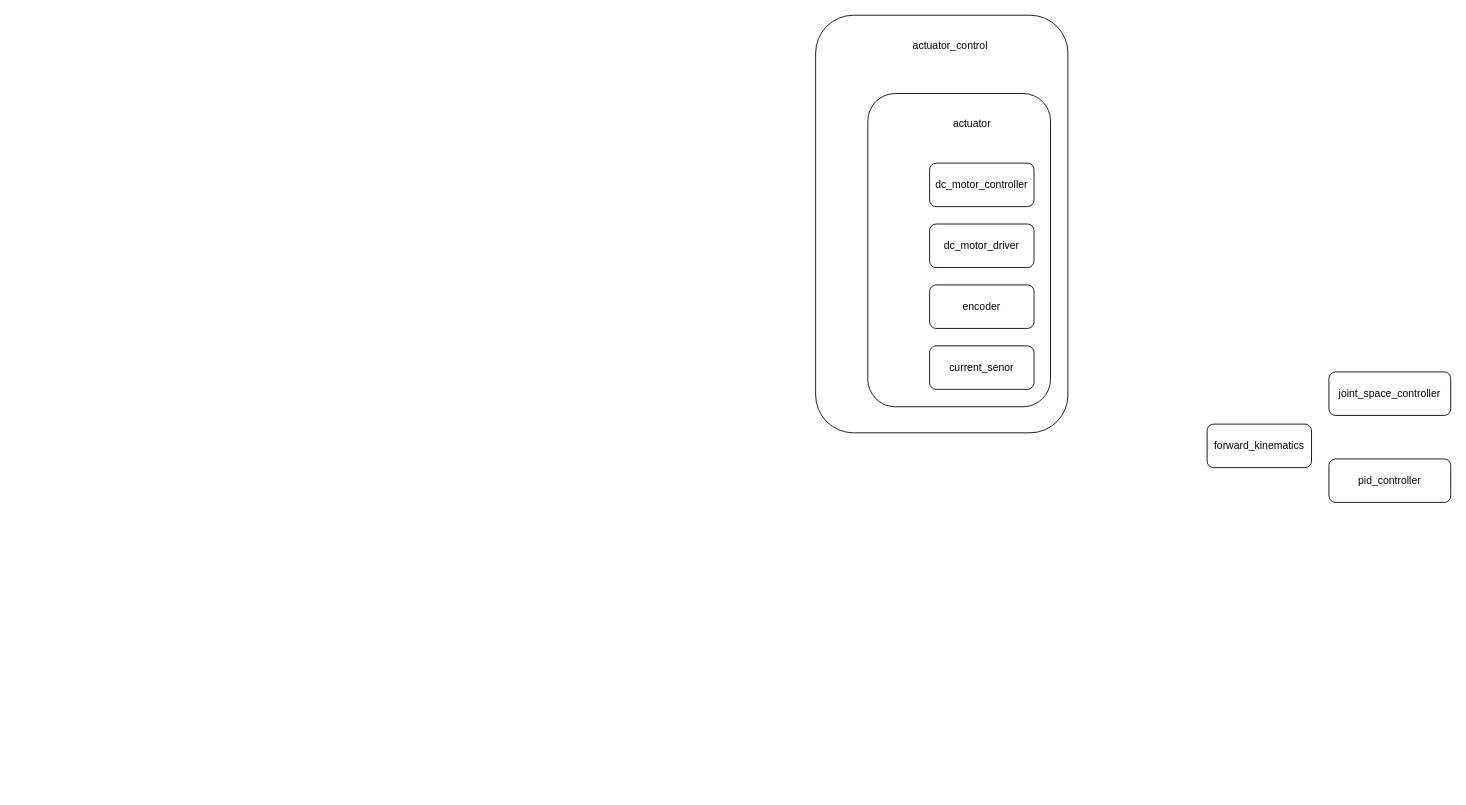
Earlier version of the draw.io diagram Untitled Diagram.drawio (amiremolaei/classification-pipeline). Source tidied: cells renumbered, new cells numbered last; positions are measured from the earlier drawing's top-left corner, leaving out a move shared by most shapes. Both pictures are drawn from the tidied source at 87%, with x=0, y=0 at pixel (815, 15).
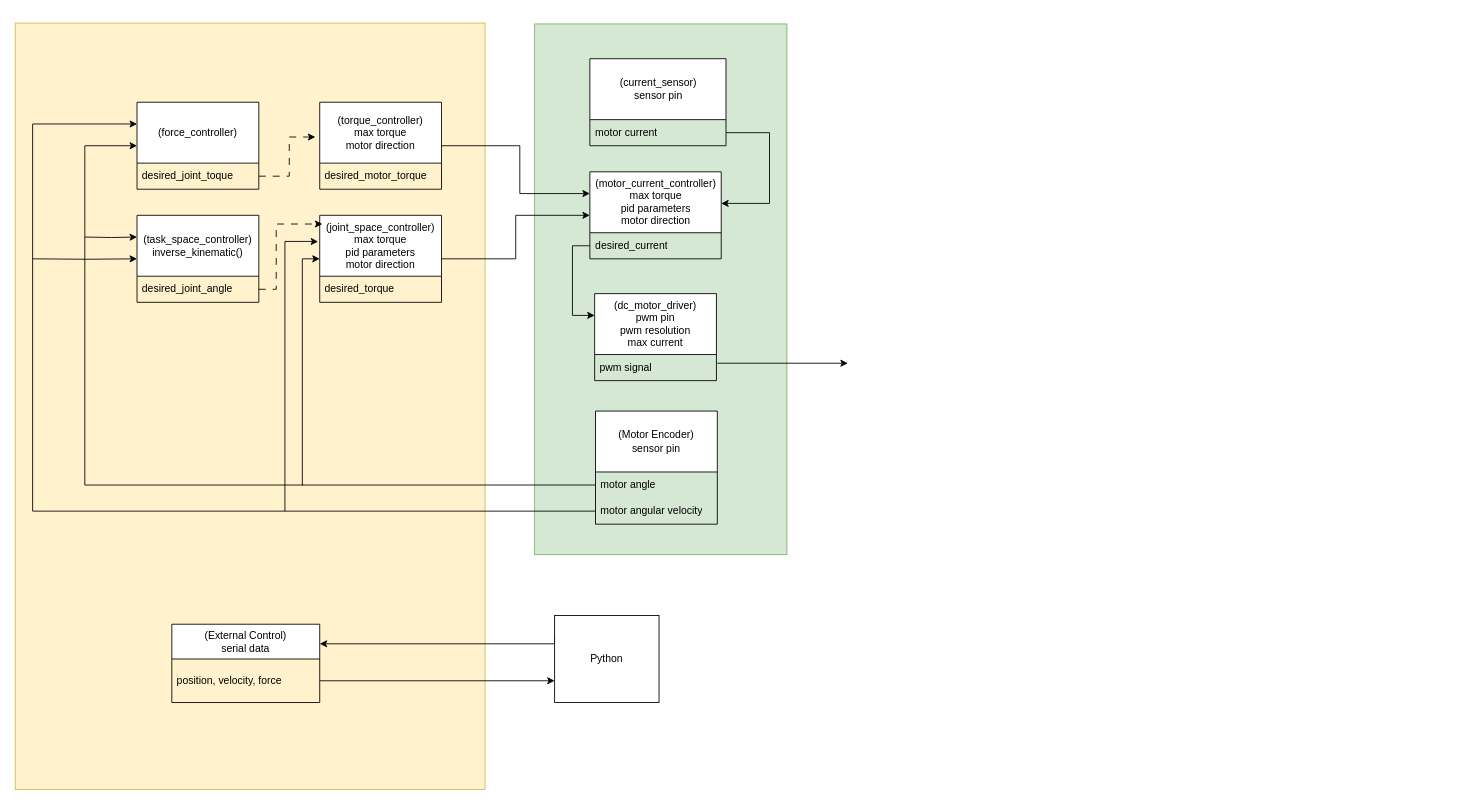
The same page after the edit.

What changed in the source:
```diff
@@
-    <mxCell id="2" style="rounded=1;whiteSpace=wrap;html=1;" parent="1" vertex="1">
-      <mxGeometry width="290" height="480" as="geometry" />
-    </mxCell>
-    <mxCell id="3" style="rounded=1;whiteSpace=wrap;html=1;" parent="1" vertex="1">
-      <mxGeometry x="60" y="90" width="210" height="360" as="geometry" />
-    </mxCell>
-    <mxCell id="4" value="dc_motor_controller" style="rounded=1;whiteSpace=wrap;html=1;" parent="1" vertex="1">
-      <mxGeometry x="131" y="170" width="120" height="50" as="geometry" />
-    </mxCell>
-    <mxCell id="5" value="dc_motor_driver" style="rounded=1;whiteSpace=wrap;html=1;" parent="1" vertex="1">
-      <mxGeometry x="131" y="240" width="120" height="50" as="geometry" />
-    </mxCell>
-    <mxCell id="6" value="forward_kinematics" style="rounded=1;whiteSpace=wrap;html=1;" parent="1" vertex="1">
-      <mxGeometry x="450" y="470" width="120" height="50" as="geometry" />
-    </mxCell>
-    <mxCell id="7" value="joint_space_controller" style="rounded=1;whiteSpace=wrap;html=1;" parent="1" vertex="1">
-      <mxGeometry x="590" y="410" width="140" height="50" as="geometry" />
-    </mxCell>
-    <mxCell id="8" value="pid_controller" style="rounded=1;whiteSpace=wrap;html=1;" parent="1" vertex="1">
-      <mxGeometry x="590" y="510" width="140" height="50" as="geometry" />
-    </mxCell>
-    <mxCell id="9" value="current_senor" style="rounded=1;whiteSpace=wrap;html=1;" parent="1" vertex="1">
-      <mxGeometry x="131" y="380" width="120" height="50" as="geometry" />
-    </mxCell>
-    <mxCell id="10" value="encoder" style="rounded=1;whiteSpace=wrap;html=1;" parent="1" vertex="1">
-      <mxGeometry x="131" y="310" width="120" height="50" as="geometry" />
-    </mxCell>
-    <mxCell id="11" value="actuator_control" style="text;html=1;strokeColor=none;fillColor=none;align=center;verticalAlign=middle;whiteSpace=wrap;rounded=0;" parent="1" vertex="1">
-      <mxGeometry x="125" y="20" width="60" height="30" as="geometry" />
-    </mxCell>
-    <mxCell id="12" value="actuator" style="text;html=1;strokeColor=none;fillColor=none;align=center;verticalAlign=middle;whiteSpace=wrap;rounded=0;" parent="1" vertex="1">
-      <mxGeometry x="150" y="110" width="60" height="30" as="geometry" />
-    </mxCell>
+    <mxCell id="13" style="rounded=0;whiteSpace=wrap;html=1;fillColor=#fff2cc;strokeColor=#d6b656;" parent="1" vertex="1">
+      <mxGeometry x="-920" y="9" width="540" height="881" as="geometry" />
+    </mxCell>
+    <mxCell id="14" style="rounded=0;whiteSpace=wrap;html=1;fillColor=#d5e8d4;strokeColor=#82b366;" parent="1" vertex="1">
+      <mxGeometry x="-323" y="10" width="290" height="610" as="geometry" />
+    </mxCell>
+    <mxCell id="15" value="(Motor Encoder)&lt;br&gt;sensor pin" style="swimlane;fontStyle=0;horizontal=1;startSize=70;whiteSpace=wrap;html=1;" parent="1" vertex="1">
+      <mxGeometry x="-253" y="455" width="140" height="130" as="geometry" />
+    </mxCell>
+    <mxCell id="16" value="motor angle" style="text;strokeColor=none;fillColor=none;align=left;verticalAlign=middle;spacingLeft=4;spacingRight=4;overflow=hidden;points=[[0,0.5],[1,0.5]];portConstraint=eastwest;whiteSpace=wrap;html=1;" parent="15" vertex="1">
+      <mxGeometry y="70" width="140" height="30" as="geometry" />
+    </mxCell>
+    <mxCell id="17" value="motor angular velocity" style="text;strokeColor=none;fillColor=none;align=left;verticalAlign=middle;spacingLeft=4;spacingRight=4;overflow=hidden;points=[[0,0.5],[1,0.5]];portConstraint=eastwest;whiteSpace=wrap;html=1;" parent="15" vertex="1">
+      <mxGeometry y="100" width="140" height="30" as="geometry" />
+    </mxCell>
+    <mxCell id="18" value="(dc_motor_driver)&lt;br&gt;pwm pin&lt;br&gt;pwm resolution&lt;br&gt;max current" style="swimlane;fontStyle=0;horizontal=1;startSize=70;whiteSpace=wrap;html=1;" parent="1" vertex="1">
+      <mxGeometry x="-254" y="320" width="140" height="100" as="geometry" />
+    </mxCell>
+    <mxCell id="19" value="pwm signal" style="text;strokeColor=none;fillColor=none;align=left;verticalAlign=middle;spacingLeft=4;spacingRight=4;overflow=hidden;whiteSpace=wrap;html=1;" parent="18" vertex="1">
+      <mxGeometry y="70" width="140" height="30" as="geometry" />
+    </mxCell>
+    <mxCell id="20" value="(current_sensor)&lt;br&gt;sensor pin" style="swimlane;fontStyle=0;horizontal=1;startSize=70;whiteSpace=wrap;html=1;" parent="1" vertex="1">
+      <mxGeometry x="-259.5" y="50" width="156.5" height="100" as="geometry" />
+    </mxCell>
+    <mxCell id="21" value="motor current" style="text;strokeColor=none;fillColor=none;align=left;verticalAlign=middle;spacingLeft=4;spacingRight=4;overflow=hidden;points=[[0,0.5],[1,0.5]];portConstraint=eastwest;whiteSpace=wrap;html=1;" parent="20" vertex="1">
+      <mxGeometry y="70" width="156.5" height="30" as="geometry" />
+    </mxCell>
+    <mxCell id="22" value="(motor_current_controller)&lt;br&gt;max torque&lt;br&gt;pid parameters&lt;br&gt;motor direction" style="swimlane;fontStyle=0;horizontal=1;startSize=70;whiteSpace=wrap;html=1;" parent="1" vertex="1">
+      <mxGeometry x="-259.5" y="180" width="151" height="100" as="geometry" />
+    </mxCell>
+    <mxCell id="23" value="desired_current" style="text;strokeColor=none;fillColor=none;align=left;verticalAlign=middle;spacingLeft=4;spacingRight=4;overflow=hidden;points=[[0,0.5],[1,0.5]];portConstraint=eastwest;whiteSpace=wrap;html=1;" parent="22" vertex="1">
+      <mxGeometry y="70" width="151" height="30" as="geometry" />
+    </mxCell>
+    <mxCell id="24" style="edgeStyle=orthogonalEdgeStyle;rounded=0;jettySize=auto;html=1;exitX=0;exitY=0.5;exitDx=0;exitDy=0;entryX=0;entryY=0.25;entryDx=0;entryDy=0;" parent="1" edge="1" source="23" target="18">
+      <mxGeometry relative="1" as="geometry" />
+    </mxCell>
+    <mxCell id="25" style="edgeStyle=orthogonalEdgeStyle;rounded=0;jettySize=auto;html=1;exitX=1;exitY=0.5;exitDx=0;exitDy=0;entryX=0;entryY=0.25;entryDx=0;entryDy=0;" parent="1" edge="1" source="26" target="22">
+      <mxGeometry relative="1" as="geometry">
+        <Array as="points">
+          <mxPoint x="-340" y="150" />
+          <mxPoint x="-340" y="205" />
+        </Array>
+      </mxGeometry>
+    </mxCell>
+    <mxCell id="26" value="(torque_controller)&lt;br&gt;max torque&lt;br&gt;motor direction" style="swimlane;fontStyle=0;horizontal=1;startSize=70;whiteSpace=wrap;html=1;" parent="1" vertex="1">
+      <mxGeometry x="-570" y="100" width="140" height="100" as="geometry" />
+    </mxCell>
+    <mxCell id="27" value="desired_motor_torque" style="text;strokeColor=none;fillColor=none;align=left;verticalAlign=middle;spacingLeft=4;spacingRight=4;overflow=hidden;whiteSpace=wrap;html=1;" parent="26" vertex="1">
+      <mxGeometry y="70" width="140" height="30" as="geometry" />
+    </mxCell>
+    <mxCell id="28" value="(force_controller)&lt;br&gt;" style="swimlane;fontStyle=0;horizontal=1;startSize=70;whiteSpace=wrap;html=1;" parent="1" vertex="1">
+      <mxGeometry x="-780" y="100" width="140" height="100" as="geometry" />
+    </mxCell>
+    <mxCell id="29" value="desired_joint_toque" style="text;strokeColor=none;fillColor=none;align=left;verticalAlign=middle;spacingLeft=4;spacingRight=4;overflow=hidden;points=[[0,0.5],[1,0.5]];portConstraint=eastwest;whiteSpace=wrap;html=1;" parent="28" vertex="1">
+      <mxGeometry y="70" width="140" height="30" as="geometry" />
+    </mxCell>
+    <mxCell id="30" style="edgeStyle=orthogonalEdgeStyle;rounded=0;jettySize=auto;html=1;exitX=0;exitY=0.5;exitDx=0;exitDy=0;entryX=0;entryY=0.5;entryDx=0;entryDy=0;" parent="1" edge="1" source="16" target="28">
+      <mxGeometry relative="1" as="geometry">
+        <Array as="points">
+          <mxPoint x="-840" y="540" />
+          <mxPoint x="-840" y="150" />
+        </Array>
+      </mxGeometry>
+    </mxCell>
+    <mxCell id="31" style="edgeStyle=orthogonalEdgeStyle;rounded=0;jettySize=auto;html=1;exitX=0;exitY=0.5;exitDx=0;exitDy=0;entryX=0;entryY=0.25;entryDx=0;entryDy=0;" parent="1" edge="1" source="17" target="28">
+      <mxGeometry relative="1" as="geometry">
+        <Array as="points">
+          <mxPoint x="-900" y="570" />
+          <mxPoint x="-900" y="125" />
+        </Array>
+      </mxGeometry>
+    </mxCell>
+    <mxCell id="32" style="edgeStyle=orthogonalEdgeStyle;rounded=0;jettySize=auto;html=1;exitX=1;exitY=0.5;exitDx=0;exitDy=0;entryX=-0.036;entryY=0.4;entryDx=0;entryDy=0;entryPerimeter=0;dashed=1;dashPattern=8 8;" parent="1" edge="1" source="29" target="26">
+      <mxGeometry relative="1" as="geometry" />
+    </mxCell>
+    <mxCell id="33" style="edgeStyle=orthogonalEdgeStyle;rounded=0;jettySize=auto;html=1;exitX=1;exitY=0.5;exitDx=0;exitDy=0;entryX=1;entryY=0.363;entryDx=0;entryDy=0;entryPerimeter=0;" parent="1" edge="1" source="21" target="22">
+      <mxGeometry relative="1" as="geometry">
+        <Array as="points">
+          <mxPoint x="-53" y="135" />
+          <mxPoint x="-53" y="216" />
+        </Array>
+      </mxGeometry>
+    </mxCell>
+    <mxCell id="34" style="edgeStyle=orthogonalEdgeStyle;rounded=0;jettySize=auto;html=1;exitX=1;exitY=0.5;exitDx=0;exitDy=0;entryX=0;entryY=0.5;entryDx=0;entryDy=0;" parent="1" edge="1" source="37" target="22">
+      <mxGeometry relative="1" as="geometry" />
+    </mxCell>
+    <mxCell id="35" style="edgeStyle=orthogonalEdgeStyle;rounded=0;jettySize=auto;html=1;" parent="1" edge="1" target="37">
+      <mxGeometry relative="1" as="geometry">
+        <mxPoint x="-589" y="540" as="sourcePoint" />
+        <Array as="points">
+          <mxPoint x="-590" y="540" />
+          <mxPoint x="-590" y="280" />
+        </Array>
+      </mxGeometry>
+    </mxCell>
+    <mxCell id="36" style="edgeStyle=orthogonalEdgeStyle;rounded=0;jettySize=auto;html=1;entryX=-0.013;entryY=0.303;entryDx=0;entryDy=0;entryPerimeter=0;" parent="1" edge="1" target="37">
+      <mxGeometry relative="1" as="geometry">
+        <mxPoint x="-610" y="570" as="sourcePoint" />
+        <Array as="points">
+          <mxPoint x="-610" y="260" />
+          <mxPoint x="-580" y="260" />
+        </Array>
+      </mxGeometry>
+    </mxCell>
+    <mxCell id="37" value="(joint_space_controller)&lt;br&gt;max torque&lt;br&gt;pid parameters&lt;br&gt;motor direction" style="swimlane;fontStyle=0;horizontal=1;startSize=70;whiteSpace=wrap;html=1;" parent="1" vertex="1">
+      <mxGeometry x="-570" y="230" width="140" height="100" as="geometry" />
+    </mxCell>
+    <mxCell id="38" value="desired_torque" style="text;strokeColor=none;fillColor=none;align=left;verticalAlign=middle;spacingLeft=4;spacingRight=4;overflow=hidden;whiteSpace=wrap;html=1;" parent="37" vertex="1">
+      <mxGeometry y="70" width="140" height="30" as="geometry" />
+    </mxCell>
+    <mxCell id="39" style="edgeStyle=orthogonalEdgeStyle;rounded=0;jettySize=auto;html=1;entryX=0;entryY=0.25;entryDx=0;entryDy=0;" parent="1" edge="1" target="41">
+      <mxGeometry relative="1" as="geometry">
+        <mxPoint x="-840" y="255" as="sourcePoint" />
+      </mxGeometry>
+    </mxCell>
+    <mxCell id="40" style="edgeStyle=orthogonalEdgeStyle;rounded=0;jettySize=auto;html=1;entryX=0;entryY=0.5;entryDx=0;entryDy=0;" parent="1" edge="1" target="41">
+      <mxGeometry relative="1" as="geometry">
+        <mxPoint x="-900" y="280" as="sourcePoint" />
+      </mxGeometry>
+    </mxCell>
+    <mxCell id="41" value="(task_space_controller)&lt;br&gt;inverse_kinematic()" style="swimlane;fontStyle=0;horizontal=1;startSize=70;whiteSpace=wrap;html=1;" parent="1" vertex="1">
+      <mxGeometry x="-780" y="230" width="140" height="100" as="geometry" />
+    </mxCell>
+    <mxCell id="42" value="desired_joint_angle" style="text;strokeColor=none;fillColor=none;align=left;verticalAlign=middle;spacingLeft=4;spacingRight=4;overflow=hidden;points=[[0,0.5],[1,0.5]];portConstraint=eastwest;whiteSpace=wrap;html=1;" parent="41" vertex="1">
+      <mxGeometry y="70" width="140" height="30" as="geometry" />
+    </mxCell>
+    <mxCell id="43" style="edgeStyle=orthogonalEdgeStyle;rounded=0;jettySize=auto;html=1;exitX=1;exitY=0.5;exitDx=0;exitDy=0;dashed=1;dashPattern=8 8;" parent="1" edge="1" source="42">
+      <mxGeometry relative="1" as="geometry">
+        <mxPoint x="-567" y="240" as="targetPoint" />
+        <Array as="points">
+          <mxPoint x="-620" y="315" />
+          <mxPoint x="-620" y="240" />
+          <mxPoint x="-567" y="240" />
+        </Array>
+      </mxGeometry>
+    </mxCell>
+    <mxCell id="44" style="endArrow=classic;html=1;rounded=0;" parent="1" edge="1">
+      <mxGeometry relative="1" as="geometry">
+        <mxPoint x="-113" y="400" as="sourcePoint" />
+        <mxPoint x="37" y="400" as="targetPoint" />
+      </mxGeometry>
+    </mxCell>
+    <mxCell id="45" style="edgeStyle=orthogonalEdgeStyle;rounded=0;jettySize=auto;html=1;exitX=0;exitY=0.25;exitDx=0;exitDy=0;entryX=1;entryY=0.25;entryDx=0;entryDy=0;" parent="1" edge="1" source="46" target="47">
+      <mxGeometry relative="1" as="geometry">
+        <Array as="points">
+          <mxPoint x="-300" y="723" />
+        </Array>
+      </mxGeometry>
+    </mxCell>
+    <mxCell id="46" value="Python" style="rounded=0;whiteSpace=wrap;html=1;" parent="1" vertex="1">
+      <mxGeometry x="-300" y="690" width="120" height="100" as="geometry" />
+    </mxCell>
+    <mxCell id="47" value="(External Control)&lt;br&gt;serial data" style="swimlane;fontStyle=0;horizontal=1;startSize=40;whiteSpace=wrap;html=1;" parent="1" vertex="1">
+      <mxGeometry x="-740" y="700" width="170" height="90" as="geometry" />
+    </mxCell>
+    <mxCell id="48" value="position, velocity, force" style="text;strokeColor=none;fillColor=none;align=left;verticalAlign=middle;spacingLeft=4;spacingRight=4;overflow=hidden;points=[[0,0.5],[1,0.5]];portConstraint=eastwest;whiteSpace=wrap;html=1;" parent="47" vertex="1">
+      <mxGeometry y="40" width="170" height="50" as="geometry" />
+    </mxCell>
+    <mxCell id="49" style="edgeStyle=orthogonalEdgeStyle;rounded=0;jettySize=auto;html=1;exitX=1;exitY=0.5;exitDx=0;exitDy=0;entryX=0;entryY=0.75;entryDx=0;entryDy=0;" parent="1" edge="1" source="48" target="46">
+      <mxGeometry relative="1" as="geometry" />
+    </mxCell>
```
